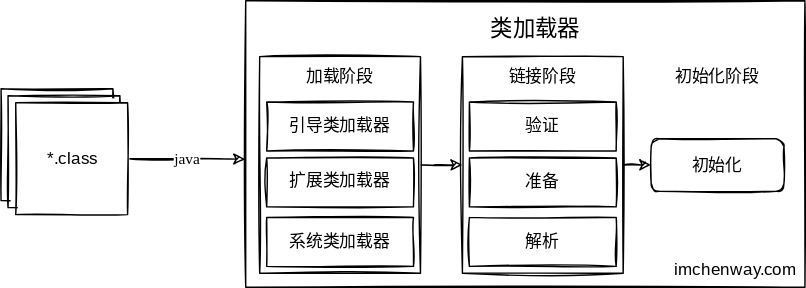
The draw.io diagram private/JVMClassLoader.drawio.svg in imchenway/imchenway.github.io, before a commit. Source tidied: cells renumbered, new cells last; positions are measured from the earlier drawing's top-left corner, leaving out a move shared by most shapes.
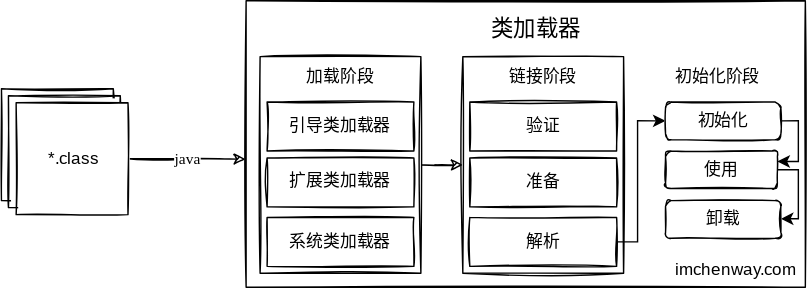
Later version of the same file.

What changed in the source:
```diff
@@ -5,9 +5,6 @@
     <mxCell id="2" value="&lt;span style=&quot;color: rgba(0 , 0 , 0 , 0) ; font-family: monospace ; font-size: 0px&quot;&gt;%3CmxGraphModel%3E%3Croot%3E%3CmxCell%20id%3D%220%22%2F%3E%3CmxCell%20id%3D%221%22%20parent%3D%220%22%2F%3E%3CmxCell%20id%3D%222%22%20value%3D%22%22%20style%3D%22whiteSpace%3Dwrap%3Bhtml%3D1%3Baspect%3Dfixed%3B%22%20vertex%3D%221%22%20parent%3D%221%22%3E%3CmxGeometry%20x%3D%22100%22%20y%3D%22460%22%20width%3D%2280%22%20height%3D%2280%22%20as%3D%22geometry%22%2F%3E%3C%2FmxCell%3E%3C%2Froot%3E%3C%2FmxGraphModel%3E&lt;/span&gt;" style="rounded=0;whiteSpace=wrap;html=1;sketch=1;" parent="1" vertex="1">
       <mxGeometry x="175" width="400" height="205" as="geometry" />
     </mxCell>
-    <mxCell id="3" style="edgeStyle=orthogonalEdgeStyle;rounded=0;jettySize=auto;html=1;sketch=1;" parent="1" edge="1" source="4" target="20">
-      <mxGeometry relative="1" as="geometry" />
-    </mxCell>
     <mxCell id="4" style="rounded=0;whiteSpace=wrap;html=1;sketch=1;" parent="1" vertex="1">
       <mxGeometry x="330" y="40" width="115" height="155" as="geometry" />
     </mxCell>
@@ -47,6 +44,14 @@
     <mxCell id="16" value="&lt;font face=&quot;ZCOOL KuaiLe&quot;&gt;验证&lt;/font&gt;" style="rounded=0;whiteSpace=wrap;html=1;sketch=1;" parent="1" vertex="1">
       <mxGeometry x="335" y="72.5" width="105" height="35" as="geometry" />
     </mxCell>
+    <mxCell id="27" style="edgeStyle=orthogonalEdgeStyle;rounded=0;jettySize=auto;html=1;entryX=0;entryY=0.5;entryDx=0;entryDy=0;" parent="1" edge="1" source="17" target="20">
+      <mxGeometry relative="1" as="geometry">
+        <Array as="points">
+          <mxPoint x="455" y="173" />
+          <mxPoint x="455" y="86" />
+        </Array>
+      </mxGeometry>
+    </mxCell>
     <mxCell id="17" value="解析" style="rounded=0;whiteSpace=wrap;html=1;fontFamily=ZCOOL KuaiLe;fontSource=https%3A%2F%2Ffonts.googleapis.com%2Fcss%3Ffamily%3DZCOOL%2BKuaiLe;sketch=1;" parent="1" vertex="1">
       <mxGeometry x="335" y="155" width="105" height="35" as="geometry" />
     </mxCell>
@@ -56,8 +61,16 @@
     <mxCell id="19" value="链接阶段" style="text;html=1;strokeColor=none;fillColor=none;align=center;verticalAlign=middle;whiteSpace=wrap;rounded=0;fontFamily=ZCOOL KuaiLe;fontSource=https%3A%2F%2Ffonts.googleapis.com%2Fcss%3Ffamily%3DZCOOL%2BKuaiLe;sketch=1;" parent="1" vertex="1">
       <mxGeometry x="360" y="45" width="55" height="20" as="geometry" />
     </mxCell>
+    <mxCell id="28" style="edgeStyle=orthogonalEdgeStyle;rounded=0;jettySize=auto;html=1;exitX=1;exitY=0.5;exitDx=0;exitDy=0;" parent="1" edge="1" source="20" target="30">
+      <mxGeometry relative="1" as="geometry">
+        <Array as="points">
+          <mxPoint x="570" y="86" />
+          <mxPoint x="570" y="115" />
+        </Array>
+      </mxGeometry>
+    </mxCell>
     <mxCell id="20" value="初始化" style="rounded=1;whiteSpace=wrap;html=1;fontFamily=ZCOOL KuaiLe;fontSource=https%3A%2F%2Ffonts.googleapis.com%2Fcss%3Ffamily%3DZCOOL%2BKuaiLe;sketch=1;" parent="1" vertex="1">
-      <mxGeometry x="465" y="98.8" width="95" height="37.5" as="geometry" />
+      <mxGeometry x="475" y="72.5" width="82.5" height="26.9" as="geometry" />
     </mxCell>
     <mxCell id="21" value="类加载器" style="text;html=1;strokeColor=none;fillColor=none;align=center;verticalAlign=middle;whiteSpace=wrap;rounded=0;fontFamily=ZCOOL KuaiLe;fontSource=https%3A%2F%2Ffonts.googleapis.com%2Fcss%3Ffamily%3DZCOOL%2BKuaiLe;fontSize=16;sketch=1;" parent="1" vertex="1">
       <mxGeometry x="345" y="10" width="75" height="20" as="geometry" />
@@ -77,5 +90,19 @@
     <mxCell id="26" value="&lt;font face=&quot;ZCOOL KuaiLe&quot;&gt;imchenway.com&lt;/font&gt;" style="text;html=1;align=center;verticalAlign=middle;strokeColor=none;" parent="1" vertex="1">
       <mxGeometry x="475" y="180" width="100" height="25" as="geometry" />
     </mxCell>
+    <mxCell id="29" style="edgeStyle=orthogonalEdgeStyle;rounded=0;jettySize=auto;html=1;" parent="1" edge="1" source="30" target="31">
+      <mxGeometry relative="1" as="geometry">
+        <Array as="points">
+          <mxPoint x="570" y="121" />
+          <mxPoint x="570" y="156" />
+        </Array>
+      </mxGeometry>
+    </mxCell>
+    <mxCell id="30" value="使用" style="rounded=1;whiteSpace=wrap;html=1;fontFamily=ZCOOL KuaiLe;fontSource=https%3A%2F%2Ffonts.googleapis.com%2Fcss%3Ffamily%3DZCOOL%2BKuaiLe;sketch=1;" parent="1" vertex="1">
+      <mxGeometry x="475" y="107.5" width="80" height="26.9" as="geometry" />
+    </mxCell>
+    <mxCell id="31" value="卸载" style="rounded=1;whiteSpace=wrap;html=1;fontFamily=ZCOOL KuaiLe;fontSource=https%3A%2F%2Ffonts.googleapis.com%2Fcss%3Ffamily%3DZCOOL%2BKuaiLe;sketch=1;" parent="1" vertex="1">
+      <mxGeometry x="475" y="143" width="82.5" height="26.9" as="geometry" />
+    </mxCell>
   </root>
 </mxGraphModel>
```
